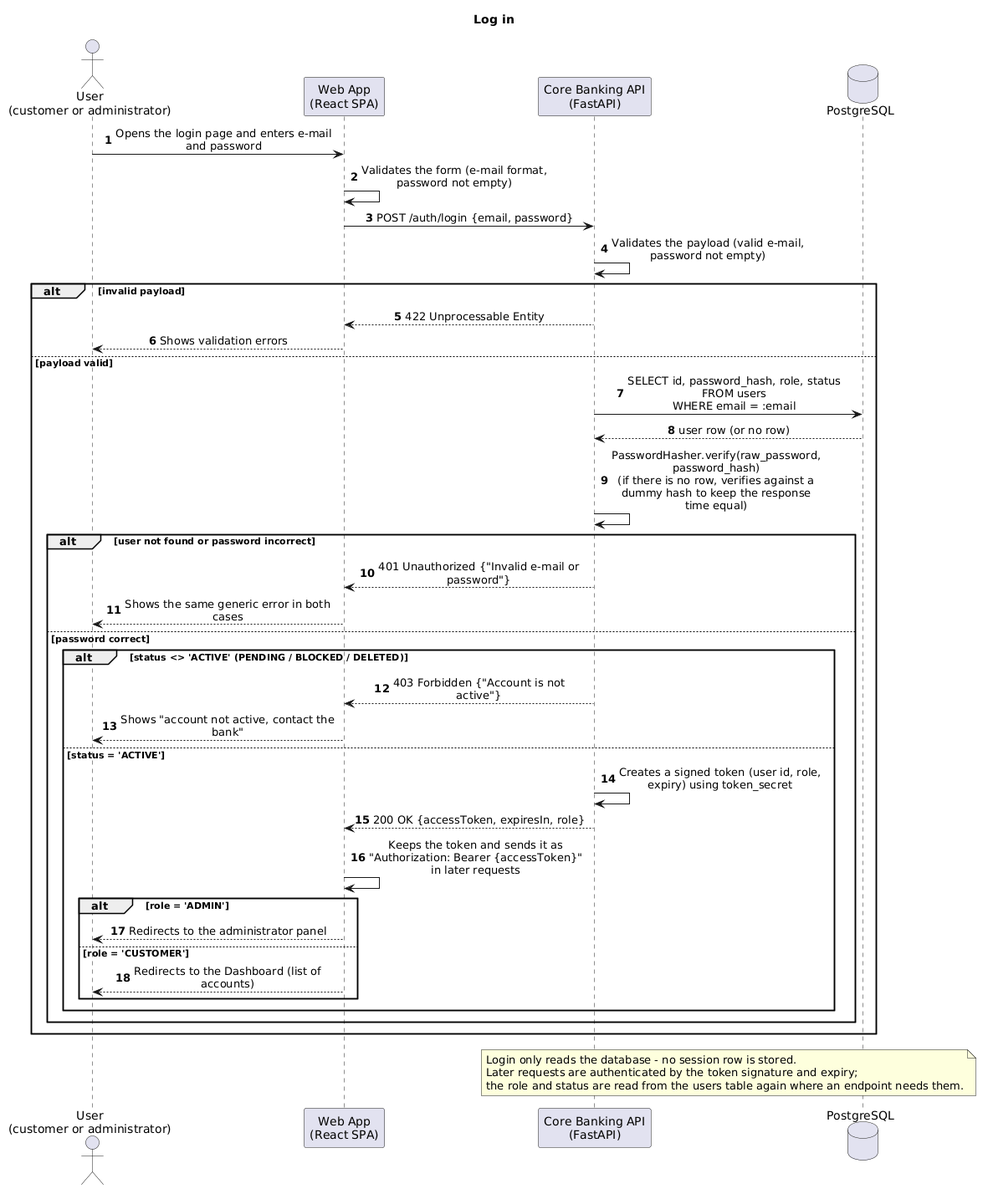
Before: docs/sequence_diagrams/png/log_in_sequence.png, a diagram exported from PlantUML (K0D1Z/software-engineering-project).
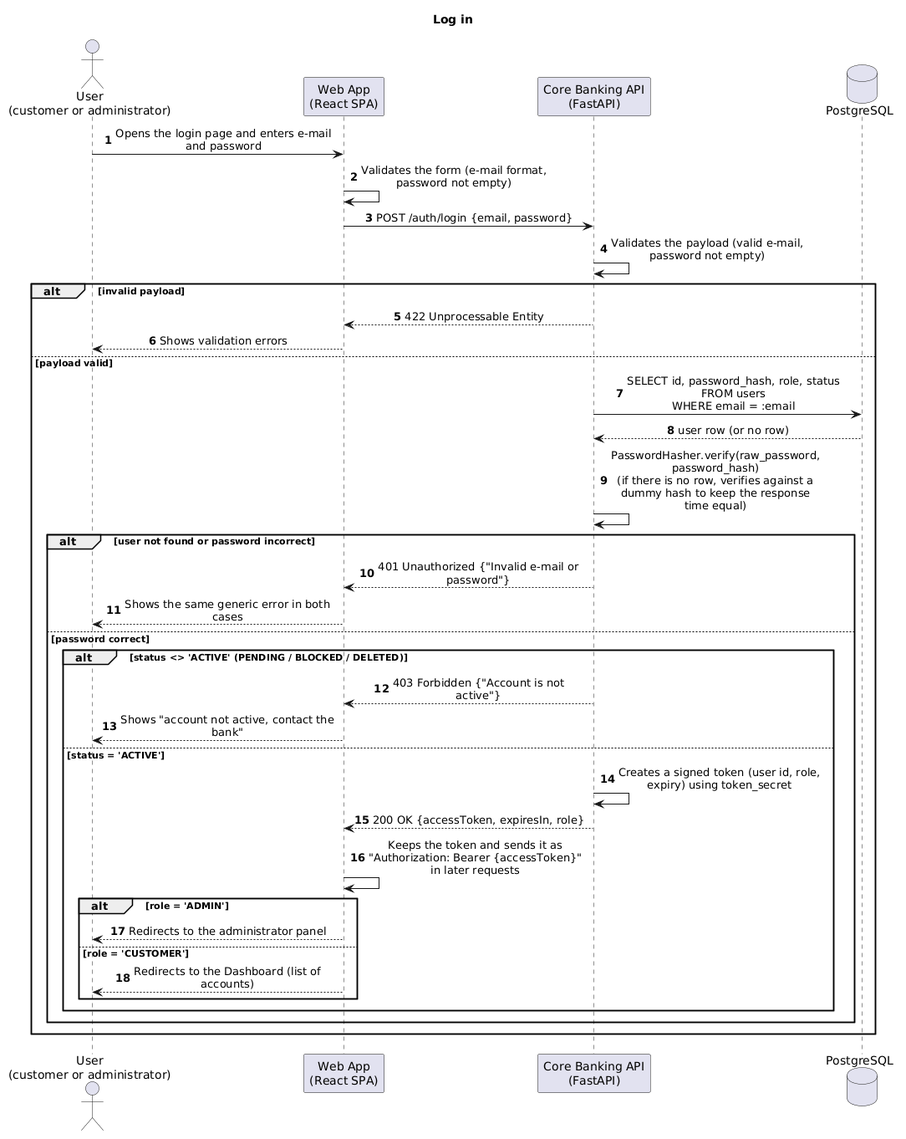
Above is the later version.

The edit, as a diff of the source:
```diff
@@ -41,10 +41,4 @@
         end
     end
 end
-
-note over api, db
-    Login only reads the database - no session row is stored.
-    Later requests are authenticated by the token signature and expiry;
-    the role and status are read from the users table again where an endpoint needs them.
-end note
 @enduml
```
